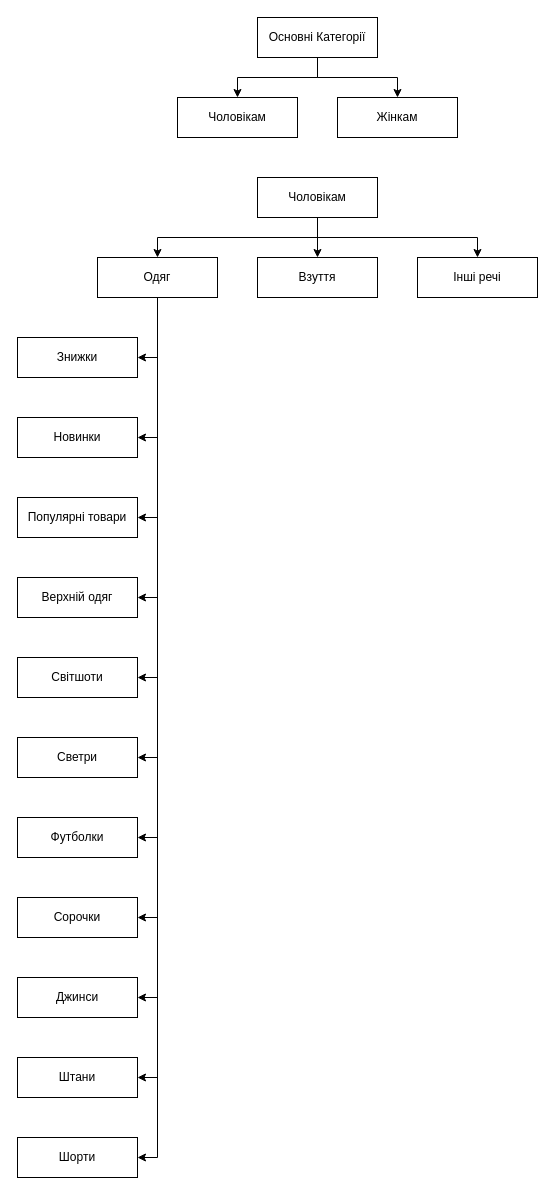
GeorgeShvab/diagrams keeps this draw.io diagram as shvab.drawio. Above is the earlier version. Source tidied: cells renumbered, new cells numbered last; positions are measured from the earlier drawing's top-left corner, leaving out a move shared by most shapes. Both pictures are drawn from the tidied source at 100%, with x=0, y=0 at pixel (17, 17).
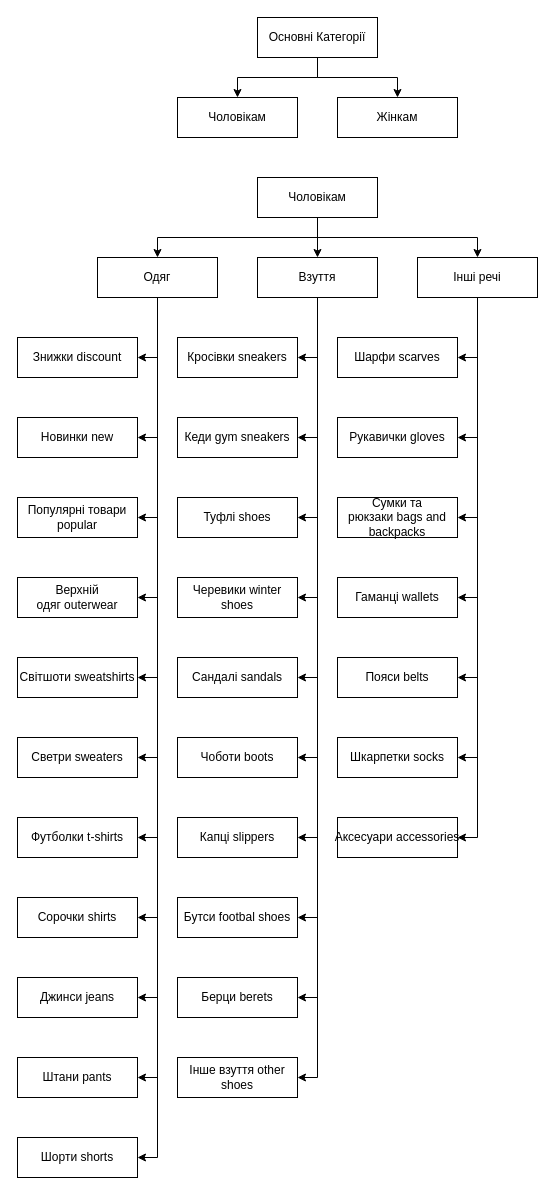
Above is the later version.

The change refers to these unchanged cells:
```xml
<mxCell id="11" value="Взуття" style="rounded=0;whiteSpace=wrap;html=1;" parent="1" vertex="1">
  <mxGeometry x="240" y="240" width="120" height="40" as="geometry" />
</mxCell>
<mxCell id="24" value="Інші речі" style="rounded=0;whiteSpace=wrap;html=1;" parent="1" vertex="1">
  <mxGeometry x="400" y="240" width="120" height="40" as="geometry" />
</mxCell>
```

Diff of the diagram source:
```diff
@@
+    <mxCell id="36" style="edgeStyle=orthogonalEdgeStyle;rounded=0;jettySize=auto;html=1;exitX=0.5;exitY=1;exitDx=0;exitDy=0;entryX=1;entryY=0.5;entryDx=0;entryDy=0;" parent="1" edge="1" source="11" target="62">
+      <mxGeometry relative="1" as="geometry" />
+    </mxCell>
+    <mxCell id="37" style="edgeStyle=orthogonalEdgeStyle;rounded=0;jettySize=auto;html=1;exitX=0.5;exitY=1;exitDx=0;exitDy=0;entryX=1;entryY=0.5;entryDx=0;entryDy=0;" parent="1" edge="1" source="11" target="53">
+      <mxGeometry relative="1" as="geometry" />
+    </mxCell>
+    <mxCell id="38" style="edgeStyle=orthogonalEdgeStyle;rounded=0;jettySize=auto;html=1;exitX=0.5;exitY=1;exitDx=0;exitDy=0;entryX=1;entryY=0.5;entryDx=0;entryDy=0;" parent="1" edge="1" source="11" target="54">
+      <mxGeometry relative="1" as="geometry" />
+    </mxCell>
+    <mxCell id="39" style="edgeStyle=orthogonalEdgeStyle;rounded=0;jettySize=auto;html=1;exitX=0.5;exitY=1;exitDx=0;exitDy=0;entryX=1;entryY=0.5;entryDx=0;entryDy=0;" parent="1" edge="1" source="11" target="55">
+      <mxGeometry relative="1" as="geometry" />
+    </mxCell>
+    <mxCell id="40" style="edgeStyle=orthogonalEdgeStyle;rounded=0;jettySize=auto;html=1;exitX=0.5;exitY=1;exitDx=0;exitDy=0;entryX=1;entryY=0.5;entryDx=0;entryDy=0;" parent="1" edge="1" source="11" target="56">
+      <mxGeometry relative="1" as="geometry" />
+    </mxCell>
+    <mxCell id="41" style="edgeStyle=orthogonalEdgeStyle;rounded=0;jettySize=auto;html=1;exitX=0.5;exitY=1;exitDx=0;exitDy=0;entryX=1;entryY=0.5;entryDx=0;entryDy=0;" parent="1" edge="1" source="11" target="57">
+      <mxGeometry relative="1" as="geometry" />
+    </mxCell>
+    <mxCell id="42" style="edgeStyle=orthogonalEdgeStyle;rounded=0;jettySize=auto;html=1;exitX=0.5;exitY=1;exitDx=0;exitDy=0;entryX=1;entryY=0.5;entryDx=0;entryDy=0;" parent="1" edge="1" source="11" target="58">
+      <mxGeometry relative="1" as="geometry" />
+    </mxCell>
+    <mxCell id="43" style="edgeStyle=orthogonalEdgeStyle;rounded=0;jettySize=auto;html=1;exitX=0.5;exitY=1;exitDx=0;exitDy=0;entryX=1;entryY=0.5;entryDx=0;entryDy=0;" parent="1" edge="1" source="11" target="59">
+      <mxGeometry relative="1" as="geometry" />
+    </mxCell>
+    <mxCell id="44" style="edgeStyle=orthogonalEdgeStyle;rounded=0;jettySize=auto;html=1;exitX=0.5;exitY=1;exitDx=0;exitDy=0;entryX=1;entryY=0.5;entryDx=0;entryDy=0;" parent="1" edge="1" source="11" target="60">
+      <mxGeometry relative="1" as="geometry" />
+    </mxCell>
+    <mxCell id="45" style="edgeStyle=orthogonalEdgeStyle;rounded=0;jettySize=auto;html=1;exitX=0.5;exitY=1;exitDx=0;exitDy=0;entryX=1;entryY=0.5;entryDx=0;entryDy=0;" parent="1" edge="1" source="11" target="61">
+      <mxGeometry relative="1" as="geometry" />
+    </mxCell>
@@
+    <mxCell id="46" style="edgeStyle=orthogonalEdgeStyle;rounded=0;jettySize=auto;html=1;exitX=0.5;exitY=1;exitDx=0;exitDy=0;entryX=1;entryY=0.5;entryDx=0;entryDy=0;" parent="1" edge="1" source="24" target="69">
+      <mxGeometry relative="1" as="geometry" />
+    </mxCell>
+    <mxCell id="47" style="edgeStyle=orthogonalEdgeStyle;rounded=0;jettySize=auto;html=1;exitX=0.5;exitY=1;exitDx=0;exitDy=0;entryX=1;entryY=0.5;entryDx=0;entryDy=0;" parent="1" edge="1" source="24" target="63">
+      <mxGeometry relative="1" as="geometry" />
+    </mxCell>
+    <mxCell id="48" style="edgeStyle=orthogonalEdgeStyle;rounded=0;jettySize=auto;html=1;exitX=0.5;exitY=1;exitDx=0;exitDy=0;entryX=1;entryY=0.5;entryDx=0;entryDy=0;" parent="1" edge="1" source="24" target="64">
+      <mxGeometry relative="1" as="geometry" />
+    </mxCell>
+    <mxCell id="49" style="edgeStyle=orthogonalEdgeStyle;rounded=0;jettySize=auto;html=1;exitX=0.5;exitY=1;exitDx=0;exitDy=0;entryX=1;entryY=0.5;entryDx=0;entryDy=0;" parent="1" edge="1" source="24" target="65">
+      <mxGeometry relative="1" as="geometry" />
+    </mxCell>
+    <mxCell id="50" style="edgeStyle=orthogonalEdgeStyle;rounded=0;jettySize=auto;html=1;exitX=0.5;exitY=1;exitDx=0;exitDy=0;entryX=1;entryY=0.5;entryDx=0;entryDy=0;" parent="1" edge="1" source="24" target="66">
+      <mxGeometry relative="1" as="geometry" />
+    </mxCell>
+    <mxCell id="51" style="edgeStyle=orthogonalEdgeStyle;rounded=0;jettySize=auto;html=1;exitX=0.5;exitY=1;exitDx=0;exitDy=0;entryX=1;entryY=0.5;entryDx=0;entryDy=0;" parent="1" edge="1" source="24" target="67">
+      <mxGeometry relative="1" as="geometry" />
+    </mxCell>
+    <mxCell id="52" style="edgeStyle=orthogonalEdgeStyle;rounded=0;jettySize=auto;html=1;exitX=0.5;exitY=1;exitDx=0;exitDy=0;entryX=1;entryY=0.5;entryDx=0;entryDy=0;" parent="1" edge="1" source="24" target="68">
+      <mxGeometry relative="1" as="geometry" />
+    </mxCell>
@@
-    <mxCell id="25" value="Новинки" style="rounded=0;whiteSpace=wrap;html=1;" parent="1" vertex="1">
+    <mxCell id="25" value="Новинки new" style="rounded=0;whiteSpace=wrap;html=1;" parent="1" vertex="1">
       <mxGeometry y="400" width="120" height="40" as="geometry" />
     </mxCell>
-    <mxCell id="26" value="Популярні товари" style="rounded=0;whiteSpace=wrap;html=1;" parent="1" vertex="1">
+    <mxCell id="26" value="Популярні товари popular" style="rounded=0;whiteSpace=wrap;html=1;" parent="1" vertex="1">
       <mxGeometry y="480" width="120" height="40" as="geometry" />
     </mxCell>
-    <mxCell id="27" value="Верхній одяг" style="rounded=0;whiteSpace=wrap;html=1;" parent="1" vertex="1">
+    <mxCell id="27" value="Верхній одяг&amp;nbsp;outerwear" style="rounded=0;whiteSpace=wrap;html=1;" parent="1" vertex="1">
       <mxGeometry y="560" width="120" height="40" as="geometry" />
     </mxCell>
-    <mxCell id="28" value="Світшоти" style="rounded=0;whiteSpace=wrap;html=1;" parent="1" vertex="1">
+    <mxCell id="28" value="Світшоти&amp;nbsp;sweatshirts" style="rounded=0;whiteSpace=wrap;html=1;" parent="1" vertex="1">
       <mxGeometry y="640" width="120" height="40" as="geometry" />
     </mxCell>
-    <mxCell id="29" value="Светри" style="rounded=0;whiteSpace=wrap;html=1;" parent="1" vertex="1">
+    <mxCell id="29" value="Светри&amp;nbsp;sweaters" style="rounded=0;whiteSpace=wrap;html=1;" parent="1" vertex="1">
       <mxGeometry y="720" width="120" height="40" as="geometry" />
     </mxCell>
-    <mxCell id="30" value="Футболки" style="rounded=0;whiteSpace=wrap;html=1;" parent="1" vertex="1">
+    <mxCell id="30" value="Футболки&amp;nbsp;t-shirts" style="rounded=0;whiteSpace=wrap;html=1;" parent="1" vertex="1">
       <mxGeometry y="800" width="120" height="40" as="geometry" />
     </mxCell>
-    <mxCell id="31" value="Сорочки" style="rounded=0;whiteSpace=wrap;html=1;" parent="1" vertex="1">
+    <mxCell id="31" value="Сорочки&amp;nbsp;shirts" style="rounded=0;whiteSpace=wrap;html=1;" parent="1" vertex="1">
       <mxGeometry y="880" width="120" height="40" as="geometry" />
     </mxCell>
-    <mxCell id="32" value="Джинси" style="rounded=0;whiteSpace=wrap;html=1;" parent="1" vertex="1">
+    <mxCell id="32" value="Джинси&amp;nbsp;jeans" style="rounded=0;whiteSpace=wrap;html=1;" parent="1" vertex="1">
       <mxGeometry y="960" width="120" height="40" as="geometry" />
     </mxCell>
-    <mxCell id="33" value="Штани" style="rounded=0;whiteSpace=wrap;html=1;" parent="1" vertex="1">
+    <mxCell id="33" value="Штани&amp;nbsp;pants" style="rounded=0;whiteSpace=wrap;html=1;" parent="1" vertex="1">
       <mxGeometry y="1040" width="120" height="40" as="geometry" />
     </mxCell>
-    <mxCell id="34" value="Шорти" style="rounded=0;whiteSpace=wrap;html=1;" parent="1" vertex="1">
+    <mxCell id="34" value="Шорти&amp;nbsp;shorts" style="rounded=0;whiteSpace=wrap;html=1;" parent="1" vertex="1">
       <mxGeometry y="1120" width="120" height="40" as="geometry" />
     </mxCell>
-    <mxCell id="35" value="Знижки" style="rounded=0;whiteSpace=wrap;html=1;" parent="1" vertex="1">
+    <mxCell id="35" value="Знижки discount" style="rounded=0;whiteSpace=wrap;html=1;" parent="1" vertex="1">
       <mxGeometry y="320" width="120" height="40" as="geometry" />
     </mxCell>
+    <mxCell id="53" value="Кеди gym sneakers" style="rounded=0;whiteSpace=wrap;html=1;" parent="1" vertex="1">
+      <mxGeometry x="160" y="400" width="120" height="40" as="geometry" />
+    </mxCell>
+    <mxCell id="54" value="Туфлі&amp;nbsp;shoes" style="rounded=0;whiteSpace=wrap;html=1;" parent="1" vertex="1">
+      <mxGeometry x="160" y="480" width="120" height="40" as="geometry" />
+    </mxCell>
+    <mxCell id="55" value="Черевики winter shoes" style="rounded=0;whiteSpace=wrap;html=1;" parent="1" vertex="1">
+      <mxGeometry x="160" y="560" width="120" height="40" as="geometry" />
+    </mxCell>
+    <mxCell id="56" value="Сандалі&amp;nbsp;sandals" style="rounded=0;whiteSpace=wrap;html=1;" parent="1" vertex="1">
+      <mxGeometry x="160" y="640" width="120" height="40" as="geometry" />
+    </mxCell>
+    <mxCell id="57" value="Чоботи&amp;nbsp;boots" style="rounded=0;whiteSpace=wrap;html=1;" parent="1" vertex="1">
+      <mxGeometry x="160" y="720" width="120" height="40" as="geometry" />
+    </mxCell>
+    <mxCell id="58" value="Капці&amp;nbsp;slippers" style="rounded=0;whiteSpace=wrap;html=1;" parent="1" vertex="1">
+      <mxGeometry x="160" y="800" width="120" height="40" as="geometry" />
+    </mxCell>
+    <mxCell id="59" value="Бутси footbal shoes" style="rounded=0;whiteSpace=wrap;html=1;" parent="1" vertex="1">
+      <mxGeometry x="160" y="880" width="120" height="40" as="geometry" />
+    </mxCell>
+    <mxCell id="60" value="Берци berets" style="rounded=0;whiteSpace=wrap;html=1;" parent="1" vertex="1">
+      <mxGeometry x="160" y="960" width="120" height="40" as="geometry" />
+    </mxCell>
+    <mxCell id="61" value="Інше взуття other shoes" style="rounded=0;whiteSpace=wrap;html=1;" parent="1" vertex="1">
+      <mxGeometry x="160" y="1040" width="120" height="40" as="geometry" />
+    </mxCell>
+    <mxCell id="62" value="Кросівки&amp;nbsp;sneakers" style="rounded=0;whiteSpace=wrap;html=1;" parent="1" vertex="1">
+      <mxGeometry x="160" y="320" width="120" height="40" as="geometry" />
+    </mxCell>
+    <mxCell id="63" value="Рукавички&amp;nbsp;gloves" style="rounded=0;whiteSpace=wrap;html=1;" parent="1" vertex="1">
+      <mxGeometry x="320" y="400" width="120" height="40" as="geometry" />
+    </mxCell>
+    <mxCell id="64" value="Сумки та рюкзаки&amp;nbsp;bags and backpacks" style="rounded=0;whiteSpace=wrap;html=1;" parent="1" vertex="1">
+      <mxGeometry x="320" y="480" width="120" height="40" as="geometry" />
+    </mxCell>
+    <mxCell id="65" value="Гаманці&amp;nbsp;wallets" style="rounded=0;whiteSpace=wrap;html=1;" parent="1" vertex="1">
+      <mxGeometry x="320" y="560" width="120" height="40" as="geometry" />
+    </mxCell>
+    <mxCell id="66" value="Пояси&amp;nbsp;belts" style="rounded=0;whiteSpace=wrap;html=1;" parent="1" vertex="1">
+      <mxGeometry x="320" y="640" width="120" height="40" as="geometry" />
+    </mxCell>
+    <mxCell id="67" value="Шкарпетки&amp;nbsp;socks" style="rounded=0;whiteSpace=wrap;html=1;" parent="1" vertex="1">
+      <mxGeometry x="320" y="720" width="120" height="40" as="geometry" />
+    </mxCell>
+    <mxCell id="68" value="Аксесуари&amp;nbsp;accessories" style="rounded=0;whiteSpace=wrap;html=1;" parent="1" vertex="1">
+      <mxGeometry x="320" y="800" width="120" height="40" as="geometry" />
+    </mxCell>
+    <mxCell id="69" value="Шарфи&amp;nbsp;scarves" style="rounded=0;whiteSpace=wrap;html=1;" parent="1" vertex="1">
+      <mxGeometry x="320" y="320" width="120" height="40" as="geometry" />
+    </mxCell>
```
